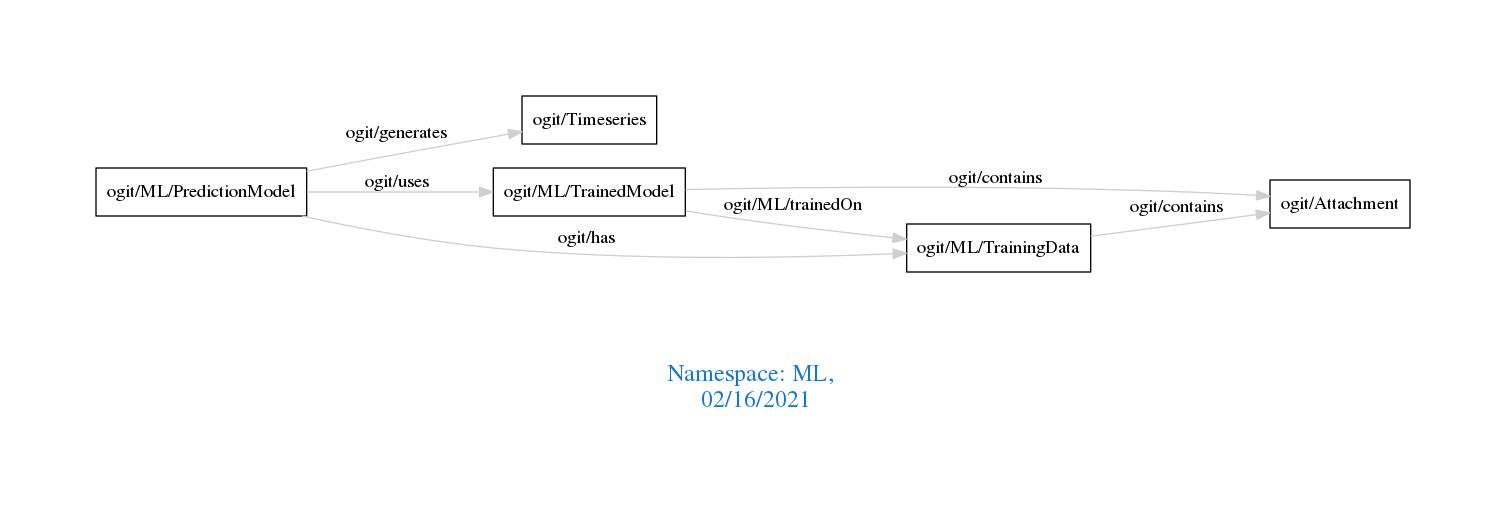
Before: downloads/ML.png, a diagram exported from Graphviz (arago/OGIT). Its source is kept beside it as downloads/ML.dot. Its diagram source:
```dot
digraph OGIT_ontology {
 graph [ rankdir= LR,pad=1
fontsize = 18,
fontcolor= dodgerblue3,label = "\n\n\nNamespace: ML, \n 02/16/2021"];
node[shape=polygon];
edge [  color="gray81"];

   "ogit/ML/TrainedModel" -> "ogit/Attachment" [label="   ogit/contains    "];
   "ogit/ML/TrainingData" -> "ogit/Attachment" [label="   ogit/contains    "];
   "ogit/ML/PredictionModel" -> "ogit/Timeseries" [label="   ogit/generates    "];
   "ogit/ML/TrainedModel" -> "ogit/ML/TrainingData" [label="   ogit/ML/trainedOn    "];
   "ogit/ML/PredictionModel" -> "ogit/ML/TrainedModel" [label="   ogit/uses    "];
   "ogit/ML/PredictionModel" -> "ogit/ML/TrainingData" [label="   ogit/has    "];
}
```
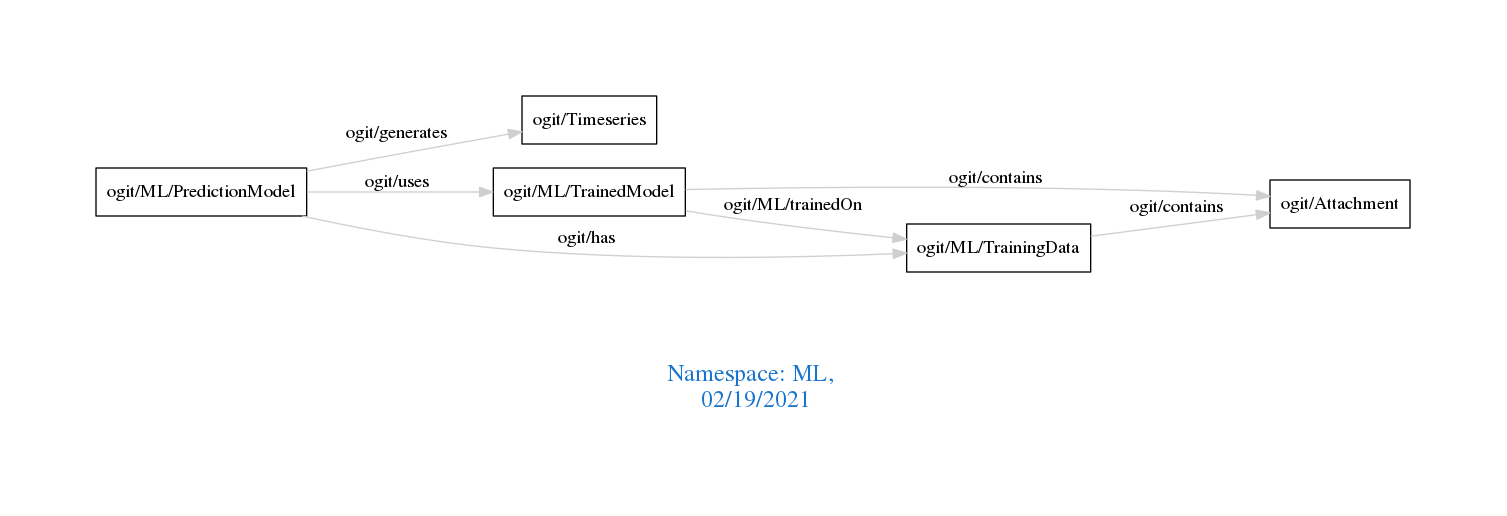
After the commit.

Diff of the diagram source:
```diff
@@ -1,7 +1,7 @@
 digraph OGIT_ontology {
  graph [ rankdir= LR,pad=1
 fontsize = 18,
-fontcolor= dodgerblue3,label = "\n\n\nNamespace: ML, \n 02/16/2021"];
+fontcolor= dodgerblue3,label = "\n\n\nNamespace: ML, \n 02/19/2021"];
 node[shape=polygon];
 edge [  color="gray81"];
 
```
